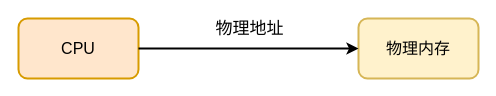
The draw.io diagram 访问物理内存.drawio in Netech-DevNote/itquestions_pictures, before the edit. Source tidied: cells renumbered, new cells numbered last; positions are measured from the earlier drawing's top-left corner, leaving out a move shared by most shapes. Both pictures are drawn from the tidied source at 100%, with x=0, y=0 at pixel (18, 18).
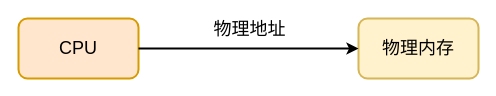
The same diagram, later.

Commit message (it also covers changes not shown here):
更新访问物理内存.drawio

The edit, as a diff of the source:
```diff
@@
 <mxGraphModel>
   <root>
     <mxCell id="0" />
     <mxCell id="1" parent="0" />
-    <mxCell id="2" value="CPU" style="rounded=1;whiteSpace=wrap;html=1;fillColor=#ffe6cc;strokeColor=#d79b00;strokeWidth=2;fontSize=16;" parent="1" vertex="1">
+    <mxCell id="2" value="CPU" style="rounded=1;whiteSpace=wrap;html=1;fillColor=#ffe6cc;strokeColor=#d79b00;strokeWidth=2;fontSize=18;" parent="1" vertex="1">
       <mxGeometry width="120" height="60" as="geometry" />
     </mxCell>
-    <mxCell id="3" value="物理内存" style="rounded=1;whiteSpace=wrap;html=1;fillColor=#fff2cc;strokeColor=#d6b656;strokeWidth=2;fontSize=16;" parent="1" vertex="1">
+    <mxCell id="3" value="物理内存" style="rounded=1;whiteSpace=wrap;html=1;fillColor=#fff2cc;strokeColor=#d6b656;strokeWidth=2;fontSize=18;" parent="1" vertex="1">
       <mxGeometry x="340" width="120" height="60" as="geometry" />
     </mxCell>
-    <mxCell id="4" style="endArrow=classic;html=1;rounded=0;exitX=1;exitY=0.5;exitDx=0;exitDy=0;entryX=0;entryY=0.5;entryDx=0;entryDy=0;strokeWidth=2;" parent="1" edge="1" source="2" target="3">
+    <mxCell id="4" style="endArrow=classic;html=1;rounded=0;exitX=1;exitY=0.5;exitDx=0;exitDy=0;entryX=0;entryY=0.5;entryDx=0;entryDy=0;strokeWidth=2;fontSize=18;" parent="1" edge="1" source="2" target="3">
       <mxGeometry relative="1" as="geometry" />
     </mxCell>
-    <mxCell id="5" value="物理地址" style="edgeLabel;html=1;align=center;verticalAlign=middle;fontSize=17;" parent="4" vertex="1">
+    <mxCell id="5" value="物理地址" style="edgeLabel;html=1;align=center;verticalAlign=middle;fontSize=18;" parent="4" vertex="1">
       <mxGeometry x="0.43" y="2" relative="1" as="geometry">
         <mxPoint x="-47" y="-18" as="offset" />
       </mxGeometry>
     </mxCell>
   </root>
 </mxGraphModel>
```
